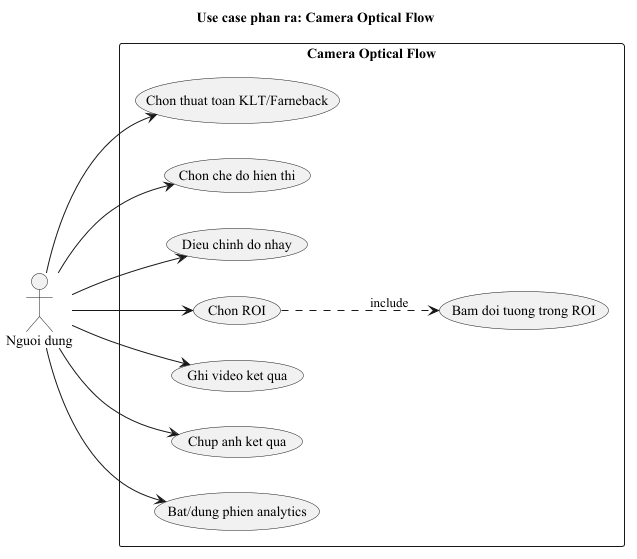
Earlier version of the PlantUML export figures/usecase_camera_optical_flow.png (thanhmobile080604/My-Thesis-Latex).
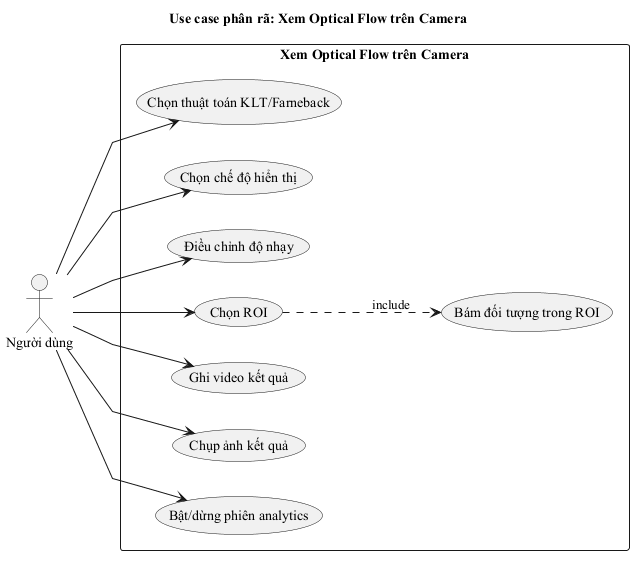
The same diagram one commit later.

Change to the diagram source:
```diff
@@ -1,19 +1,20 @@
 @startuml usecase_camera_optical_flow
 skinparam defaultFontName "Times New Roman"
-title Use case phan ra: Camera Optical Flow
+skinparam linetype polyline
 left to right direction
+title Use case phân rã: Xem Optical Flow trên Camera
 
-actor "Nguoi dung" as User
+actor "Người dùng" as User
 
-rectangle "Camera Optical Flow" {
-  usecase "Chon thuat toan KLT/Farneback" as U1
-  usecase "Chon che do hien thi" as U2
-  usecase "Dieu chinh do nhay" as U3
-  usecase "Chon ROI" as U4
-  usecase "Bam doi tuong trong ROI" as U5
-  usecase "Ghi video ket qua" as U6
-  usecase "Chup anh ket qua" as U7
-  usecase "Bat/dung phien analytics" as U8
+rectangle "Xem Optical Flow trên Camera" {
+  usecase "Chọn thuật toán KLT/Farneback" as U1
+  usecase "Chọn chế độ hiển thị" as U2
+  usecase "Điều chỉnh độ nhạy" as U3
+  usecase "Chọn ROI" as U4
+  usecase "Bám đối tượng trong ROI" as U5
+  usecase "Ghi video kết quả" as U6
+  usecase "Chụp ảnh kết quả" as U7
+  usecase "Bật/dừng phiên analytics" as U8
 }
 
 User --> U1
```
